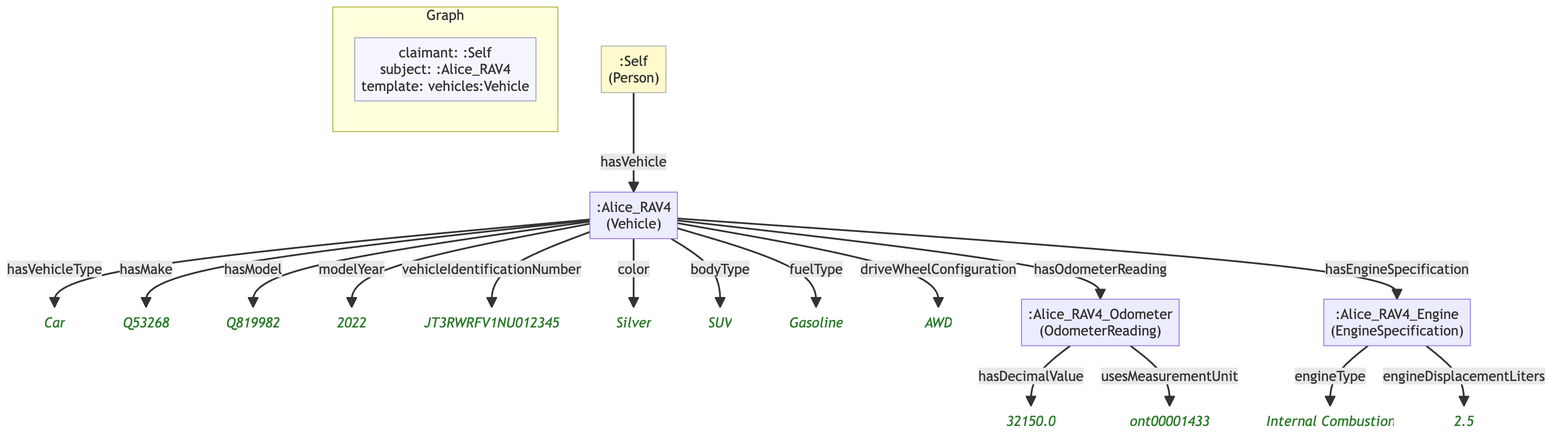
Before: example/graphs/images/graph-63.png, a diagram exported from Mermaid (MeeFoundation/mia-ontologies). Its source is kept beside it as example/graphs/images/graph-63.mmd.
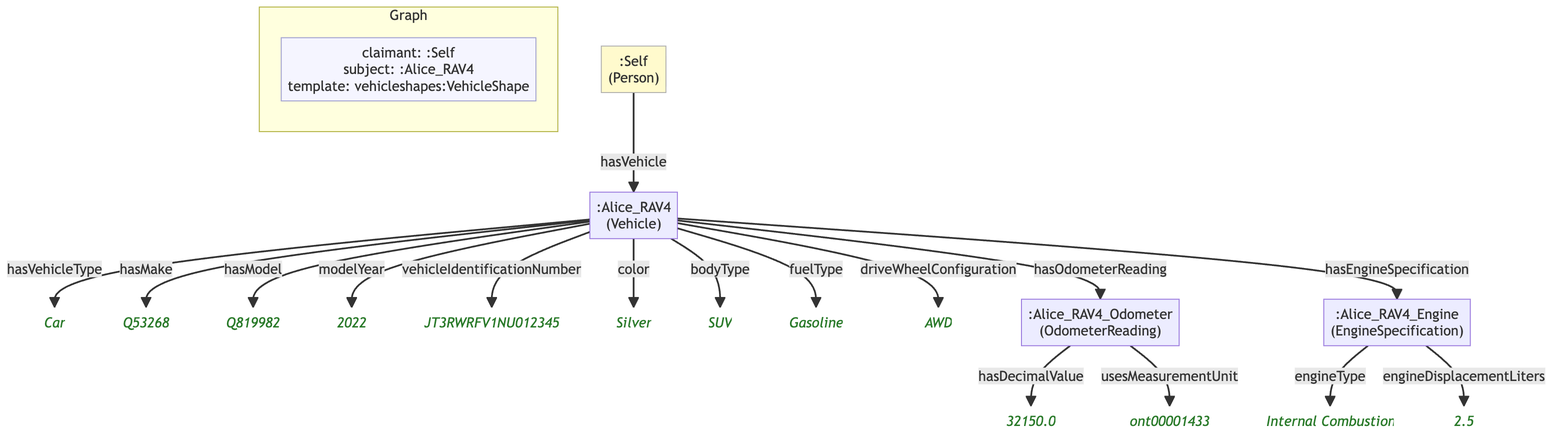
After the commit.

What changed in the source:
```diff
@@ -6,7 +6,7 @@
 
     subgraph ctx["Graph"]
         direction LR
-        ctx_meta["claimant: :Self\nsubject: :Alice_RAV4\ntemplate: vehicles:Vehicle"]:::meta
+        ctx_meta["claimant: :Self\nsubject: :Alice_RAV4\ntemplate: vehicleshapes:VehicleShape"]:::meta
     end
 
     n8ad3223cb728[":Alice_RAV4\n(Vehicle)"]
```
